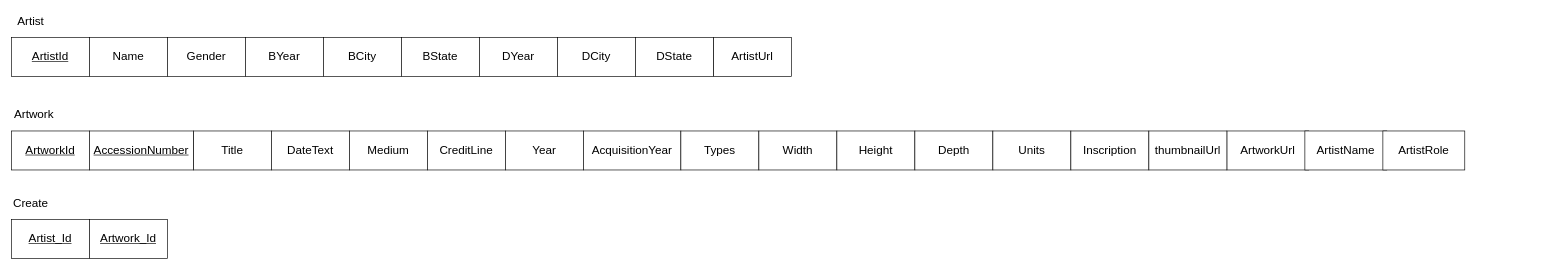
Earlier version of the draw.io diagram docs/diagrams/relational_model.drawio (Databases-Course-Project/Databases-Course-Project). Source tidied: cells renumbered, new cells numbered last; positions are measured from the earlier drawing's top-left corner, leaving out a move shared by most shapes. Both pictures are drawn from the tidied source at 65%, with x=0, y=0 at pixel (11, 11).
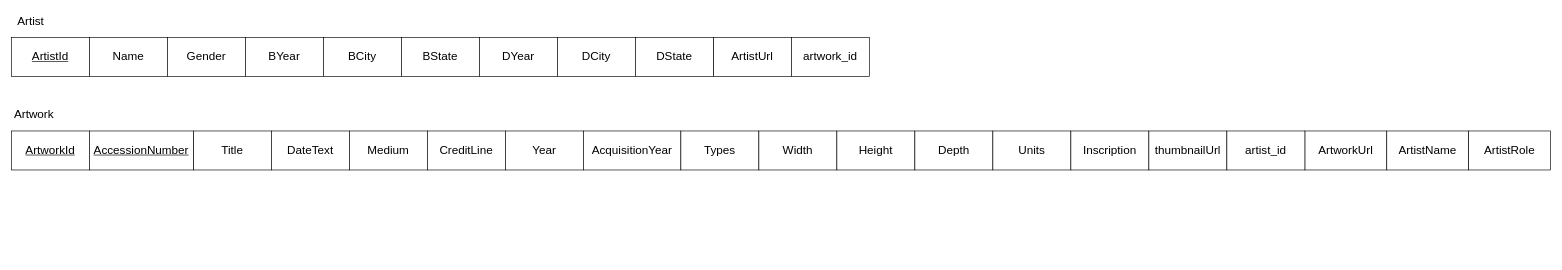
The same diagram, later.

The edit, as a diff of the source:
```diff
@@
     <mxCell id="28" value="&lt;font style=&quot;font-size: 18px;&quot;&gt;ArtworkUrl&lt;/font&gt;" style="rounded=0;whiteSpace=wrap;html=1;" parent="1" vertex="1">
-      <mxGeometry x="1870" y="184" width="126" height="60" as="geometry" />
+      <mxGeometry x="1990" y="184" width="126" height="60" as="geometry" />
     </mxCell>
     <mxCell id="29" value="&lt;font style=&quot;font-size: 18px;&quot;&gt;ArtistName&lt;/font&gt;" style="rounded=0;whiteSpace=wrap;html=1;" parent="1" vertex="1">
-      <mxGeometry x="1990" y="184" width="126" height="60" as="geometry" />
+      <mxGeometry x="2116" y="184" width="126" height="60" as="geometry" />
     </mxCell>
     <mxCell id="30" value="&lt;font style=&quot;font-size: 18px;&quot;&gt;ArtistRole&lt;/font&gt;" style="rounded=0;whiteSpace=wrap;html=1;" parent="1" vertex="1">
-      <mxGeometry x="2110" y="184" width="126" height="60" as="geometry" />
+      <mxGeometry x="2242" y="184" width="126" height="60" as="geometry" />
     </mxCell>
-    <mxCell id="31" value="&lt;font style=&quot;font-size: 18px;&quot;&gt;&lt;u&gt;Artist_Id&lt;/u&gt;&lt;/font&gt;" style="rounded=0;whiteSpace=wrap;html=1;" parent="1" vertex="1">
-      <mxGeometry y="320" width="120" height="60" as="geometry" />
-    </mxCell>
-    <mxCell id="32" value="Create" style="text;html=1;strokeColor=none;fillColor=none;align=center;verticalAlign=middle;whiteSpace=wrap;rounded=0;fontSize=18;" parent="1" vertex="1">
-      <mxGeometry y="280" width="60" height="30" as="geometry" />
-    </mxCell>
-    <mxCell id="33" value="&lt;font style=&quot;font-size: 18px;&quot;&gt;&lt;u&gt;Artwork_Id&lt;/u&gt;&lt;/font&gt;" style="rounded=0;whiteSpace=wrap;html=1;" parent="1" vertex="1">
-      <mxGeometry x="120" y="320" width="120" height="60" as="geometry" />
-    </mxCell>
@@
+    <mxCell id="35" value="&lt;font style=&quot;font-size: 18px;&quot;&gt;artist_id&lt;/font&gt;" style="rounded=0;whiteSpace=wrap;html=1;" parent="1" vertex="1">
+      <mxGeometry x="1870" y="184" width="120" height="60" as="geometry" />
+    </mxCell>
+    <mxCell id="36" value="&lt;font style=&quot;font-size: 18px;&quot;&gt;artwork_id&lt;/font&gt;" style="rounded=0;whiteSpace=wrap;html=1;" parent="1" vertex="1">
+      <mxGeometry x="1200" y="40" width="120" height="60" as="geometry" />
+    </mxCell>
```
